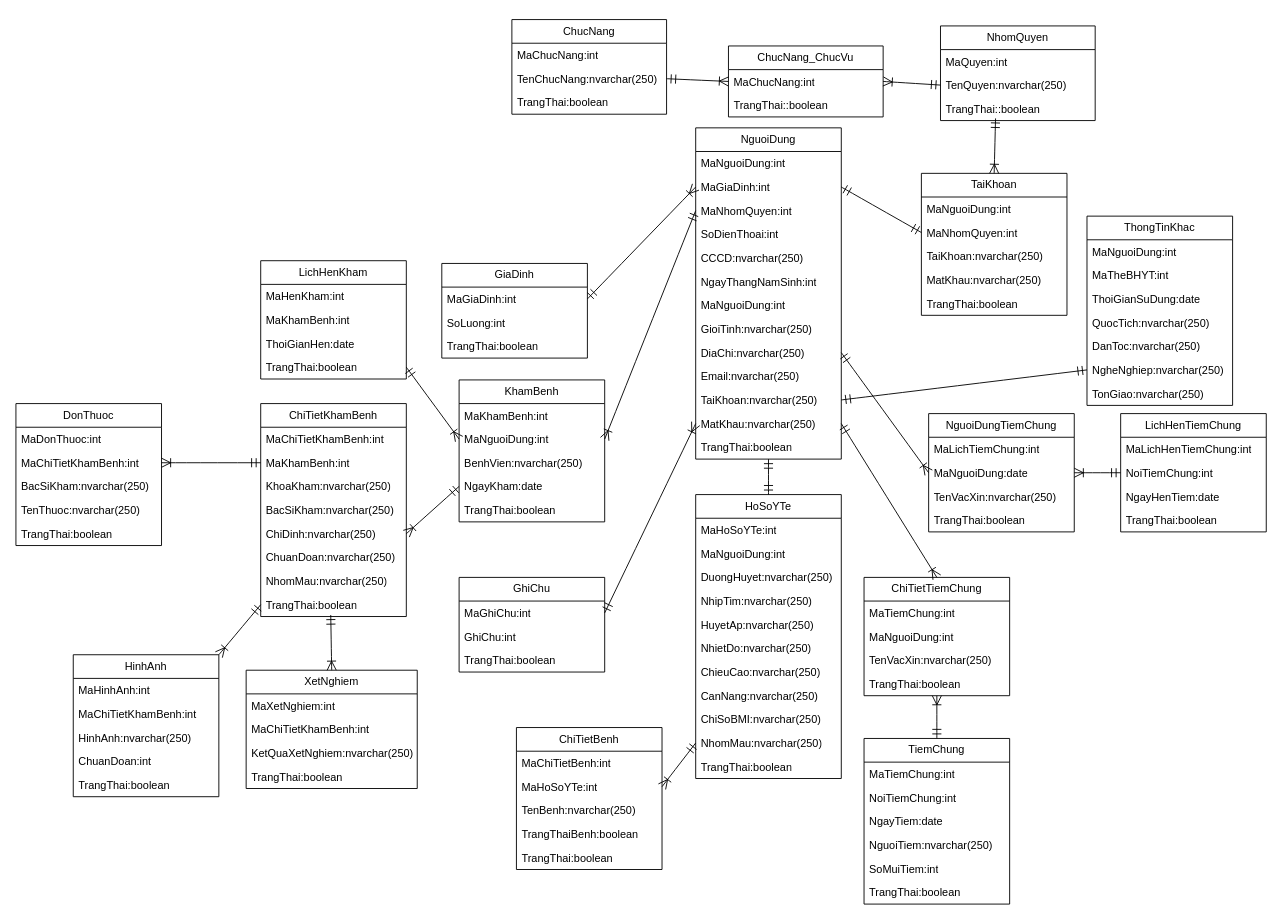
Before: nhatkykhamsukhoe.drawio in maivantai2003/vercelDemo, a draw.io diagram. Source tidied: cells renumbered, new cells numbered last; positions are measured from the earlier drawing's top-left corner, leaving out a move shared by most shapes. Both pictures are drawn from the tidied source at 91%, with x=0, y=0 at pixel (15, 19).
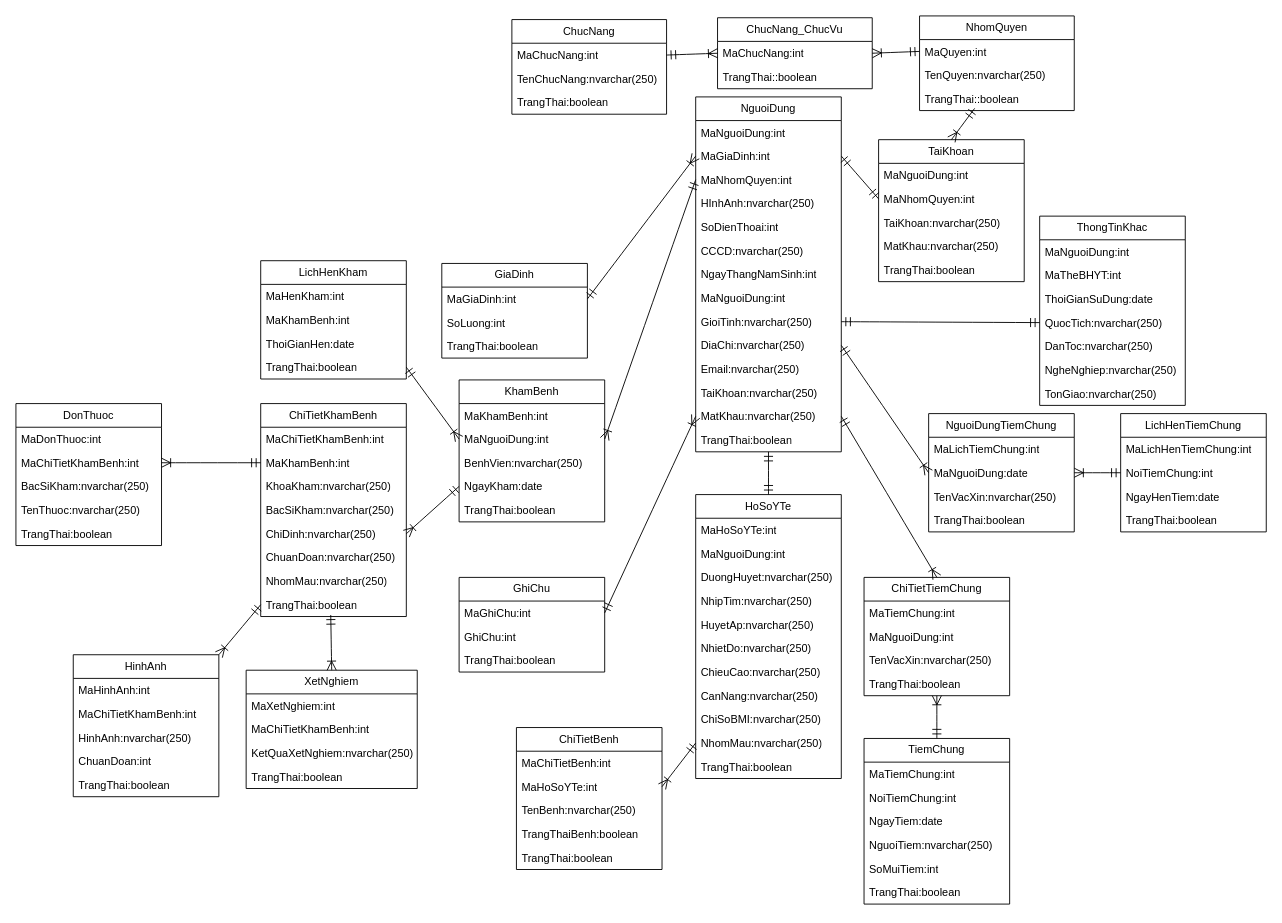
After the change.

The change refers to these unchanged cells:
```xml
<mxCell id="9" value="MaChucNang:int" style="text;strokeColor=none;fillColor=none;align=left;verticalAlign=top;spacingLeft=4;spacingRight=4;overflow=hidden;points=[[0,0.5],[1,0.5]];portConstraint=eastwest;whiteSpace=wrap;html=1;" parent="8" vertex="1">
  <mxGeometry y="26" width="170" height="26" as="geometry" />
</mxCell>
<mxCell id="10" value="TenChucNang:nvarchar(250)" style="text;strokeColor=none;fillColor=none;align=left;verticalAlign=top;spacingLeft=4;spacingRight=4;overflow=hidden;points=[[0,0.5],[1,0.5]];portConstraint=eastwest;whiteSpace=wrap;html=1;" parent="8" vertex="1">
  <mxGeometry y="52" width="170" height="26" as="geometry" />
</mxCell>
<mxCell id="13" value="MaChucNang:int" style="text;strokeColor=none;fillColor=none;align=left;verticalAlign=top;spacingLeft=4;spacingRight=4;overflow=hidden;points=[[0,0.5],[1,0.5]];portConstraint=eastwest;whiteSpace=wrap;html=1;" parent="12" vertex="1">
  <mxGeometry y="26" width="170" height="26" as="geometry" />
</mxCell>
<mxCell id="16" value="MaQuyen:int" style="text;strokeColor=none;fillColor=none;align=left;verticalAlign=top;spacingLeft=4;spacingRight=4;overflow=hidden;points=[[0,0.5],[1,0.5]];portConstraint=eastwest;whiteSpace=wrap;html=1;" parent="15" vertex="1">
  <mxGeometry y="26" width="170" height="26" as="geometry" />
</mxCell>
<mxCell id="17" value="TenQuyen:nvarchar(250)" style="text;strokeColor=none;fillColor=none;align=left;verticalAlign=top;spacingLeft=4;spacingRight=4;overflow=hidden;points=[[0,0.5],[1,0.5]];portConstraint=eastwest;whiteSpace=wrap;html=1;" parent="15" vertex="1">
  <mxGeometry y="52" width="170" height="26" as="geometry" />
</mxCell>
<mxCell id="140" value="QuocTich:nvarchar(250)" style="text;strokeColor=none;fillColor=none;align=left;verticalAlign=top;spacingLeft=4;spacingRight=4;overflow=hidden;points=[[0,0.5],[1,0.5]];portConstraint=eastwest;whiteSpace=wrap;html=1;" parent="136" vertex="1">
  <mxGeometry y="104" width="160" height="26" as="geometry" />
</mxCell>
<mxCell id="142" value="NgheNghiep:nvarchar(250)" style="text;strokeColor=none;fillColor=none;align=left;verticalAlign=top;spacingLeft=4;spacingRight=4;overflow=hidden;points=[[0,0.5],[1,0.5]];portConstraint=eastwest;whiteSpace=wrap;html=1;" parent="136" vertex="1">
  <mxGeometry y="156" width="160" height="26" as="geometry" />
</mxCell>
```

Change to the diagram source:
```diff
@@
     <mxCell id="2" value="TaiKhoan" style="swimlane;fontStyle=0;horizontal=1;startSize=26;fillColor=none;whiteSpace=wrap;html=1;" parent="1" vertex="1">
-      <mxGeometry x="995" y="169" width="160" height="156" as="geometry" />
+      <mxGeometry x="948" y="132" width="160" height="156" as="geometry" />
     </mxCell>
@@
     <mxCell id="12" value="ChucNang_ChucVu" style="swimlane;fontStyle=0;horizontal=1;startSize=26;fillColor=none;whiteSpace=wrap;html=1;" parent="1" vertex="1">
-      <mxGeometry x="783" y="29" width="170" height="78" as="geometry" />
+      <mxGeometry x="771" y="-2" width="170" height="78" as="geometry" />
     </mxCell>
@@
     <mxCell id="15" value="NhomQuyen" style="swimlane;fontStyle=0;horizontal=1;startSize=26;fillColor=none;whiteSpace=wrap;html=1;" parent="1" vertex="1">
-      <mxGeometry x="1016" y="7" width="170" height="104" as="geometry" />
+      <mxGeometry x="993" y="-4" width="170" height="104" as="geometry" />
     </mxCell>
@@
-    <mxCell id="19" style="edgeStyle=none;curved=1;rounded=0;jettySize=auto;html=1;exitX=1;exitY=0.5;exitDx=0;exitDy=0;entryX=0;entryY=0.5;entryDx=0;entryDy=0;fontSize=12;startSize=8;endSize=8;endArrow=ERoneToMany;endFill=0;startArrow=ERmandOne;startFill=0;" parent="1" edge="1" source="10" target="13">
+    <mxCell id="19" style="edgeStyle=none;curved=1;rounded=0;jettySize=auto;html=1;exitX=1;exitY=0.5;exitDx=0;exitDy=0;entryX=0;entryY=0.5;entryDx=0;entryDy=0;fontSize=12;startSize=8;endSize=8;endArrow=ERoneToMany;endFill=0;startArrow=ERmandOne;startFill=0;" parent="1" edge="1" source="9" target="13">
       <mxGeometry relative="1" as="geometry" />
     </mxCell>
-    <mxCell id="20" style="edgeStyle=none;curved=1;rounded=0;jettySize=auto;html=1;exitX=1;exitY=0.5;exitDx=0;exitDy=0;entryX=0;entryY=0.5;entryDx=0;entryDy=0;fontSize=12;startSize=8;endSize=8;endArrow=ERmandOne;endFill=0;startArrow=ERoneToMany;startFill=0;" parent="1" edge="1" source="13" target="17">
+    <mxCell id="20" style="edgeStyle=none;curved=1;rounded=0;jettySize=auto;html=1;exitX=1;exitY=0.5;exitDx=0;exitDy=0;entryX=0;entryY=0.5;entryDx=0;entryDy=0;fontSize=12;startSize=8;endSize=8;endArrow=ERmandOne;endFill=0;startArrow=ERoneToMany;startFill=0;" parent="1" edge="1" source="13" target="16">
       <mxGeometry relative="1" as="geometry" />
     </mxCell>
@@
     <mxCell id="22" value="NguoiDung" style="swimlane;fontStyle=0;horizontal=1;startSize=26;fillColor=none;whiteSpace=wrap;html=1;" parent="1" vertex="1">
-      <mxGeometry x="747" y="119" width="160" height="364" as="geometry" />
+      <mxGeometry x="747" y="85" width="160" height="390" as="geometry" />
     </mxCell>
@@
+    <mxCell id="145" value="HInhAnh:nvarchar(250)" style="text;strokeColor=none;fillColor=none;align=left;verticalAlign=top;spacingLeft=4;spacingRight=4;overflow=hidden;whiteSpace=wrap;html=1;" parent="22" vertex="1">
+      <mxGeometry y="104" width="160" height="26" as="geometry" />
+    </mxCell>
     <mxCell id="26" value="SoDienThoai:int" style="text;strokeColor=none;fillColor=none;align=left;verticalAlign=top;spacingLeft=4;spacingRight=4;overflow=hidden;whiteSpace=wrap;html=1;" parent="22" vertex="1">
-      <mxGeometry y="104" width="160" height="26" as="geometry" />
+      <mxGeometry y="130" width="160" height="26" as="geometry" />
     </mxCell>
     <mxCell id="27" value="CCCD:nvarchar(250)" style="text;strokeColor=none;fillColor=none;align=left;verticalAlign=top;spacingLeft=4;spacingRight=4;overflow=hidden;whiteSpace=wrap;html=1;" parent="22" vertex="1">
-      <mxGeometry y="130" width="160" height="26" as="geometry" />
+      <mxGeometry y="156" width="160" height="26" as="geometry" />
     </mxCell>
     <mxCell id="28" value="NgayThangNamSinh:int" style="text;strokeColor=none;fillColor=none;align=left;verticalAlign=top;spacingLeft=4;spacingRight=4;overflow=hidden;whiteSpace=wrap;html=1;" parent="22" vertex="1">
-      <mxGeometry y="156" width="160" height="26" as="geometry" />
+      <mxGeometry y="182" width="160" height="26" as="geometry" />
     </mxCell>
     <mxCell id="29" value="MaNguoiDung:int" style="text;strokeColor=none;fillColor=none;align=left;verticalAlign=top;spacingLeft=4;spacingRight=4;overflow=hidden;whiteSpace=wrap;html=1;" parent="22" vertex="1">
-      <mxGeometry y="182" width="160" height="26" as="geometry" />
+      <mxGeometry y="208" width="160" height="26" as="geometry" />
     </mxCell>
     <mxCell id="30" value="GioiTinh:nvarchar(250)" style="text;strokeColor=none;fillColor=none;align=left;verticalAlign=top;spacingLeft=4;spacingRight=4;overflow=hidden;points=[[0,0.5],[1,0.5]];portConstraint=eastwest;whiteSpace=wrap;html=1;" parent="22" vertex="1">
-      <mxGeometry y="208" width="160" height="26" as="geometry" />
+      <mxGeometry y="234" width="160" height="26" as="geometry" />
     </mxCell>
     <mxCell id="31" value="DiaChi:nvarchar(250)" style="text;strokeColor=none;fillColor=none;align=left;verticalAlign=top;spacingLeft=4;spacingRight=4;overflow=hidden;points=[[0,0.5],[1,0.5]];portConstraint=eastwest;whiteSpace=wrap;html=1;" parent="22" vertex="1">
-      <mxGeometry y="234" width="160" height="26" as="geometry" />
+      <mxGeometry y="260" width="160" height="26" as="geometry" />
     </mxCell>
     <mxCell id="32" value="Email:nvarchar(250)" style="text;strokeColor=none;fillColor=none;align=left;verticalAlign=top;spacingLeft=4;spacingRight=4;overflow=hidden;whiteSpace=wrap;html=1;" parent="22" vertex="1">
-      <mxGeometry y="260" width="160" height="26" as="geometry" />
+      <mxGeometry y="286" width="160" height="26" as="geometry" />
     </mxCell>
     <mxCell id="33" value="TaiKhoan:nvarchar(250)" style="text;strokeColor=none;fillColor=none;align=left;verticalAlign=top;spacingLeft=4;spacingRight=4;overflow=hidden;points=[[0,0.5],[1,0.5]];portConstraint=eastwest;whiteSpace=wrap;html=1;" parent="22" vertex="1">
-      <mxGeometry y="286" width="160" height="26" as="geometry" />
+      <mxGeometry y="312" width="160" height="26" as="geometry" />
     </mxCell>
     <mxCell id="34" value="MatKhau:nvarchar(250)" style="text;strokeColor=none;fillColor=none;align=left;verticalAlign=top;spacingLeft=4;spacingRight=4;overflow=hidden;points=[[0,0.5],[1,0.5]];portConstraint=eastwest;whiteSpace=wrap;html=1;" parent="22" vertex="1">
-      <mxGeometry y="312" width="160" height="26" as="geometry" />
+      <mxGeometry y="338" width="160" height="26" as="geometry" />
     </mxCell>
     <mxCell id="35" value="TrangThai:boolean" style="text;strokeColor=none;fillColor=none;align=left;verticalAlign=top;spacingLeft=4;spacingRight=4;overflow=hidden;points=[[0,0.5],[1,0.5]];portConstraint=eastwest;whiteSpace=wrap;html=1;" parent="22" vertex="1">
-      <mxGeometry y="338" width="160" height="26" as="geometry" />
+      <mxGeometry y="364" width="160" height="26" as="geometry" />
     </mxCell>
@@
     <mxCell id="136" value="ThongTinKhac" style="swimlane;fontStyle=0;horizontal=1;startSize=26;fillColor=none;whiteSpace=wrap;html=1;" parent="1" vertex="1">
-      <mxGeometry x="1177" y="216" width="160" height="208" as="geometry" />
+      <mxGeometry x="1125" y="216" width="160" height="208" as="geometry" />
     </mxCell>
@@
-    <mxCell id="144" style="edgeStyle=none;curved=1;rounded=0;jettySize=auto;html=1;exitX=1;exitY=0.5;exitDx=0;exitDy=0;fontSize=12;startSize=8;endSize=8;startArrow=ERmandOne;startFill=0;endArrow=ERmandOne;endFill=0;entryX=0;entryY=0.5;entryDx=0;entryDy=0;" parent="1" edge="1" source="33" target="142">
+    <mxCell id="144" style="edgeStyle=none;curved=1;rounded=0;jettySize=auto;html=1;exitX=1;exitY=0.5;exitDx=0;exitDy=0;fontSize=12;startSize=8;endSize=8;startArrow=ERmandOne;startFill=0;endArrow=ERmandOne;endFill=0;entryX=0;entryY=0.5;entryDx=0;entryDy=0;" parent="1" edge="1" source="30" target="140">
       <mxGeometry relative="1" as="geometry" />
     </mxCell>
```
